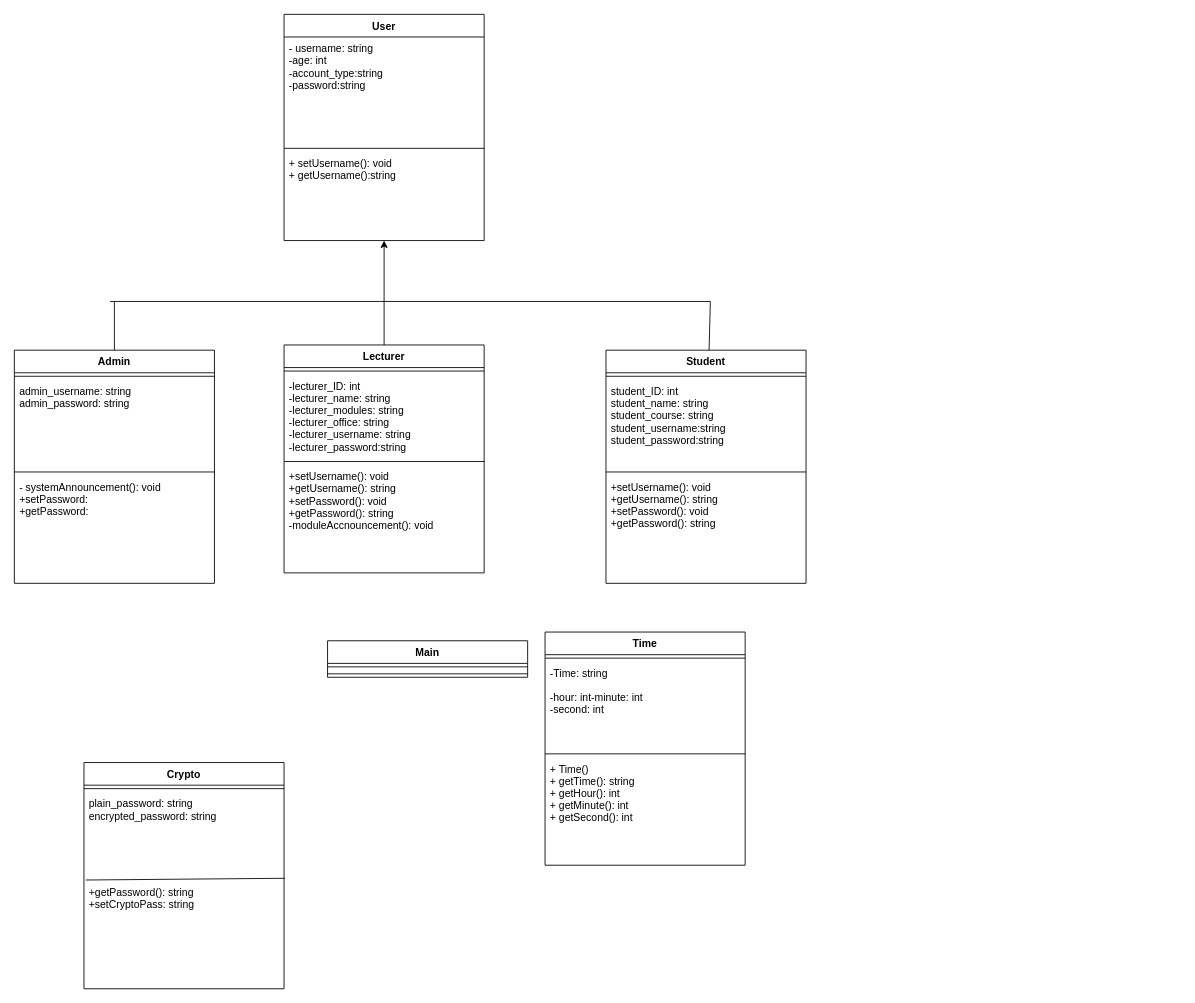
Earlier version of the draw.io diagram UML Design (MG)/SecureProgUML(30014095).drawio (mgreen01/Secure-Programming-Project). Source tidied: cells renumbered, new cells numbered last; positions are measured from the earlier drawing's top-left corner, leaving out a move shared by most shapes. Both pictures are drawn from the tidied source at 87%, with x=0, y=0 at pixel (14, 14).
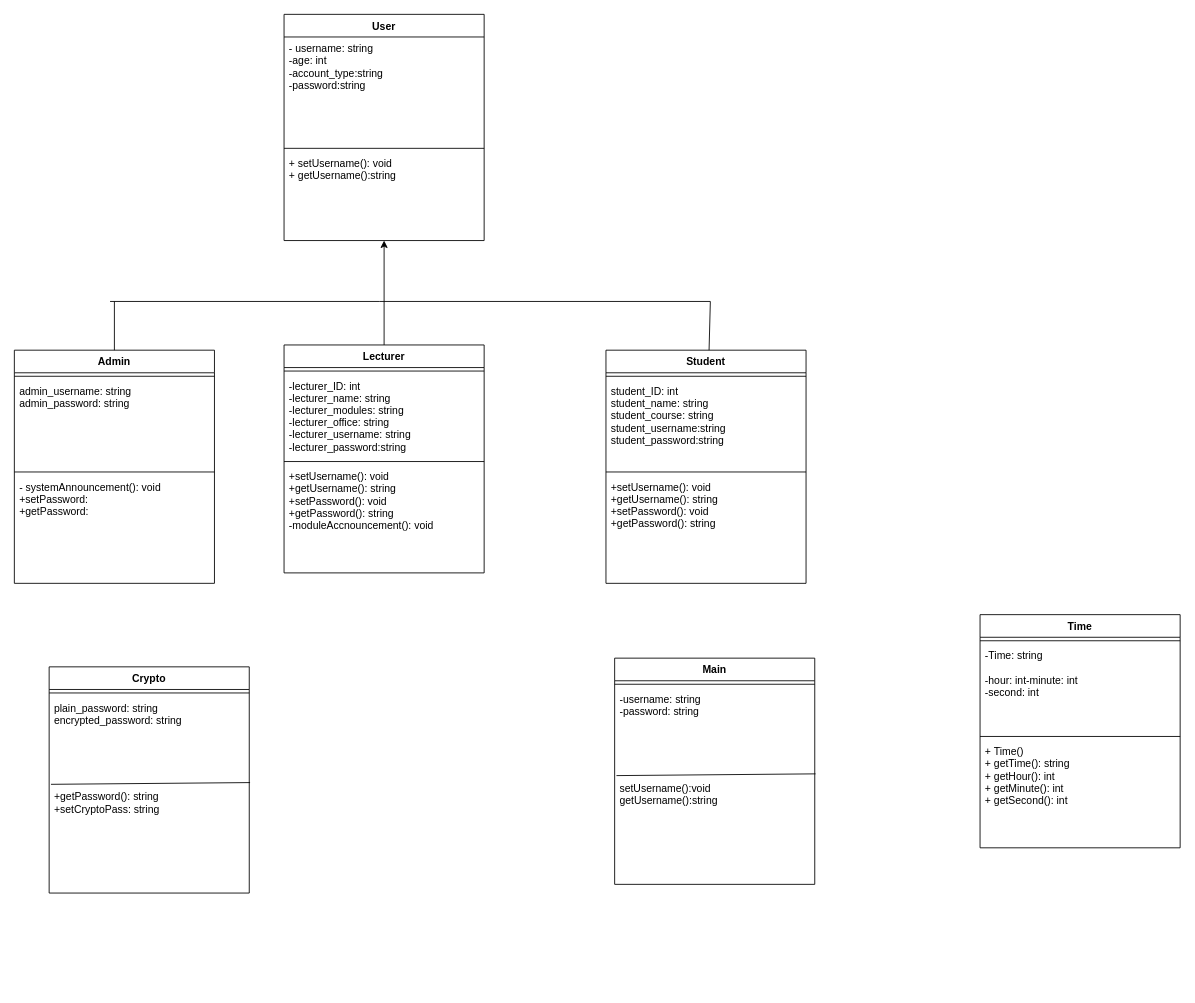
After the change.

Change to the diagram source:
```diff
@@
     <mxCell id="6" value="Crypto" style="swimlane;fontStyle=1;align=center;verticalAlign=top;horizontal=1;startSize=26;" parent="1" vertex="1">
-      <mxGeometry x="80" y="860" width="230" height="260" as="geometry" />
+      <mxGeometry x="40" y="750" width="230" height="260" as="geometry" />
     </mxCell>
@@
     <mxCell id="27" value="Time" style="swimlane;fontStyle=1;align=center;verticalAlign=top;horizontal=1;startSize=26;" parent="1" vertex="1">
-      <mxGeometry x="610" y="710" width="230" height="268" as="geometry" />
+      <mxGeometry x="1110" y="690" width="230" height="268" as="geometry" />
     </mxCell>
@@
     <mxCell id="36" value="Main" style="swimlane;fontStyle=1;align=center;verticalAlign=top;horizontal=1;startSize=26;" parent="1" vertex="1">
-      <mxGeometry x="360" y="720" width="230" height="42" as="geometry" />
+      <mxGeometry x="690" y="740" width="230" height="260" as="geometry" />
     </mxCell>
@@
-    <mxCell id="38" style="line;strokeWidth=1;fillColor=none;align=left;verticalAlign=middle;spacingTop=-1;spacingLeft=3;spacingRight=3;labelPosition=right;" parent="36" vertex="1">
-      <mxGeometry y="34" width="230" height="8" as="geometry" />
-    </mxCell>
+    <mxCell id="39" value="-username: string&#10;-password: string&#10;" style="text;strokeColor=none;fillColor=none;align=left;verticalAlign=top;spacingLeft=4;spacingRight=4;overflow=hidden;" parent="36" vertex="1">
+      <mxGeometry y="34" width="230" height="102" as="geometry" />
+    </mxCell>
+    <mxCell id="40" style="endArrow=none;html=1;exitX=0.009;exitY=-0.008;exitDx=0;exitDy=0;exitPerimeter=0;entryX=1.004;entryY=-0.024;entryDx=0;entryDy=0;entryPerimeter=0;" parent="36" edge="1">
+      <mxGeometry relative="1" as="geometry">
+        <mxPoint x="2.1" y="135" as="sourcePoint" />
+        <mxPoint x="230.9" y="133" as="targetPoint" />
+      </mxGeometry>
+    </mxCell>
+    <mxCell id="41" value="setUsername():void&#10;getUsername():string&#10;&#10;" style="text;strokeColor=none;fillColor=none;align=left;verticalAlign=top;spacingLeft=4;spacingRight=4;overflow=hidden;" parent="36" vertex="1">
+      <mxGeometry y="136" width="230" height="124" as="geometry" />
+    </mxCell>
```
